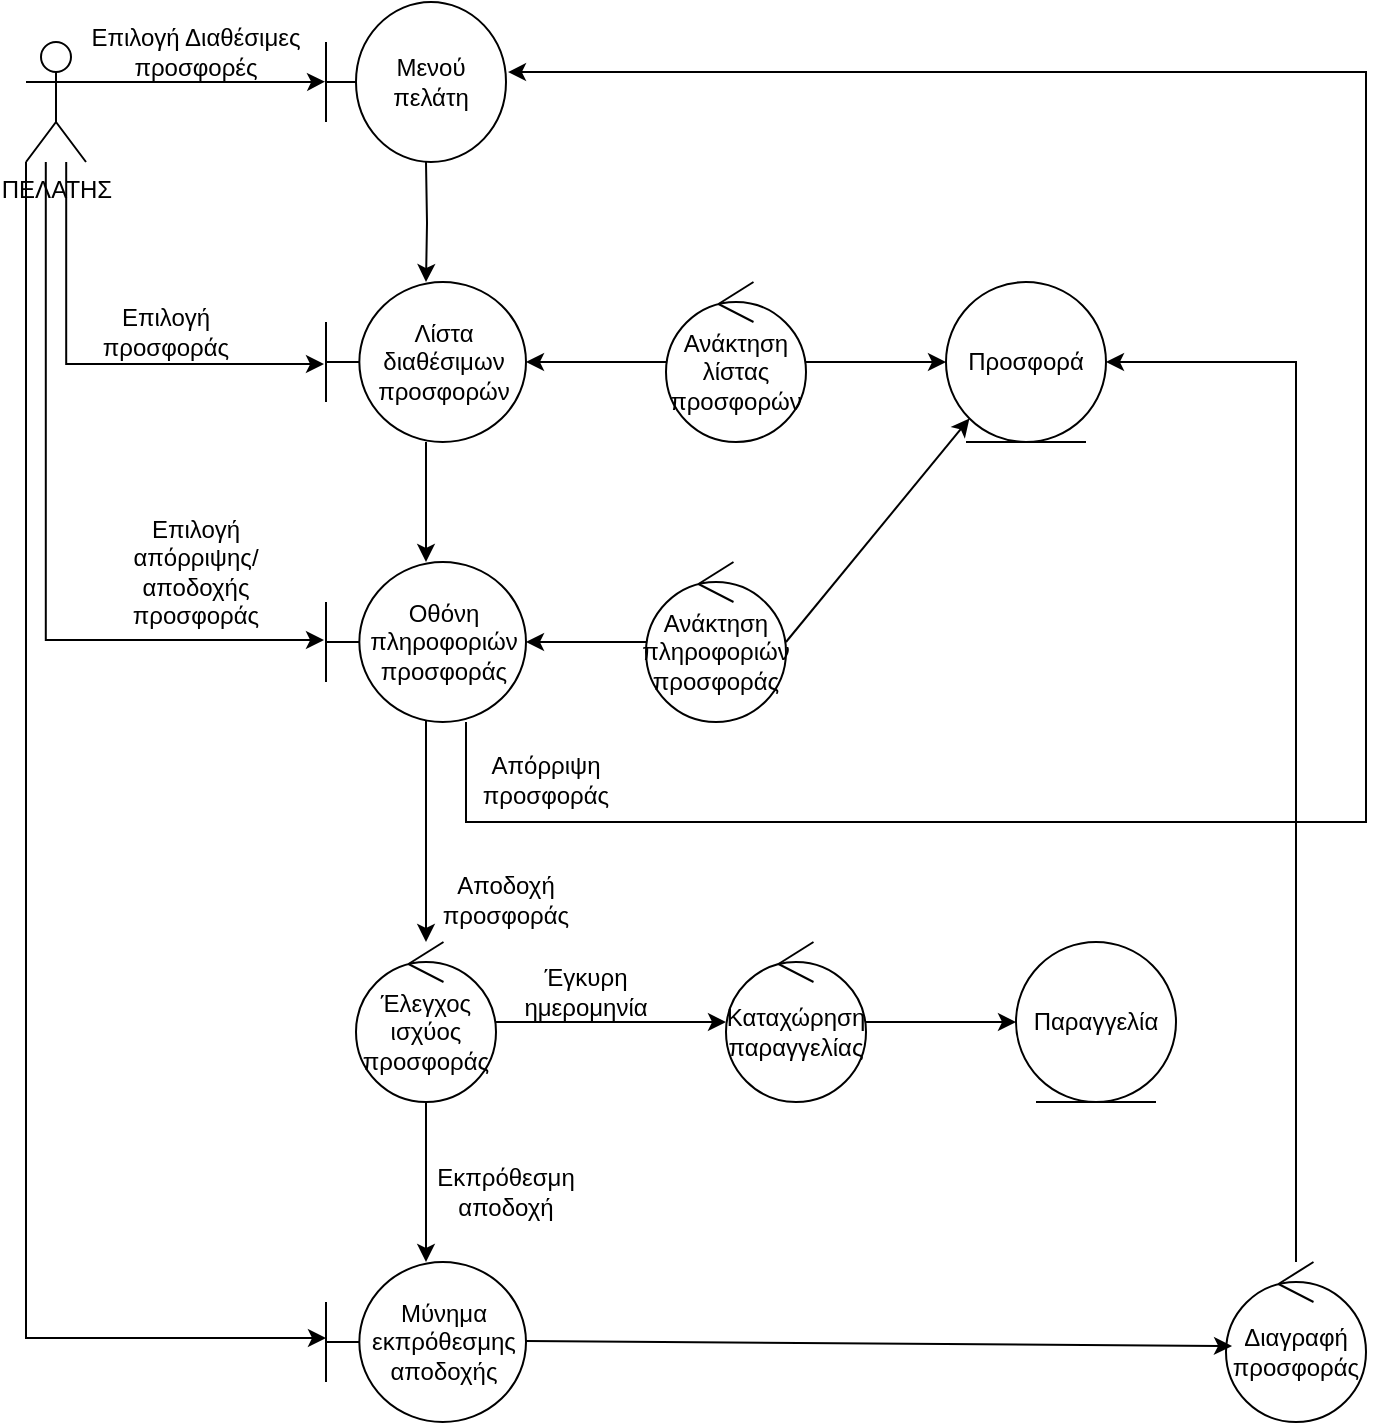
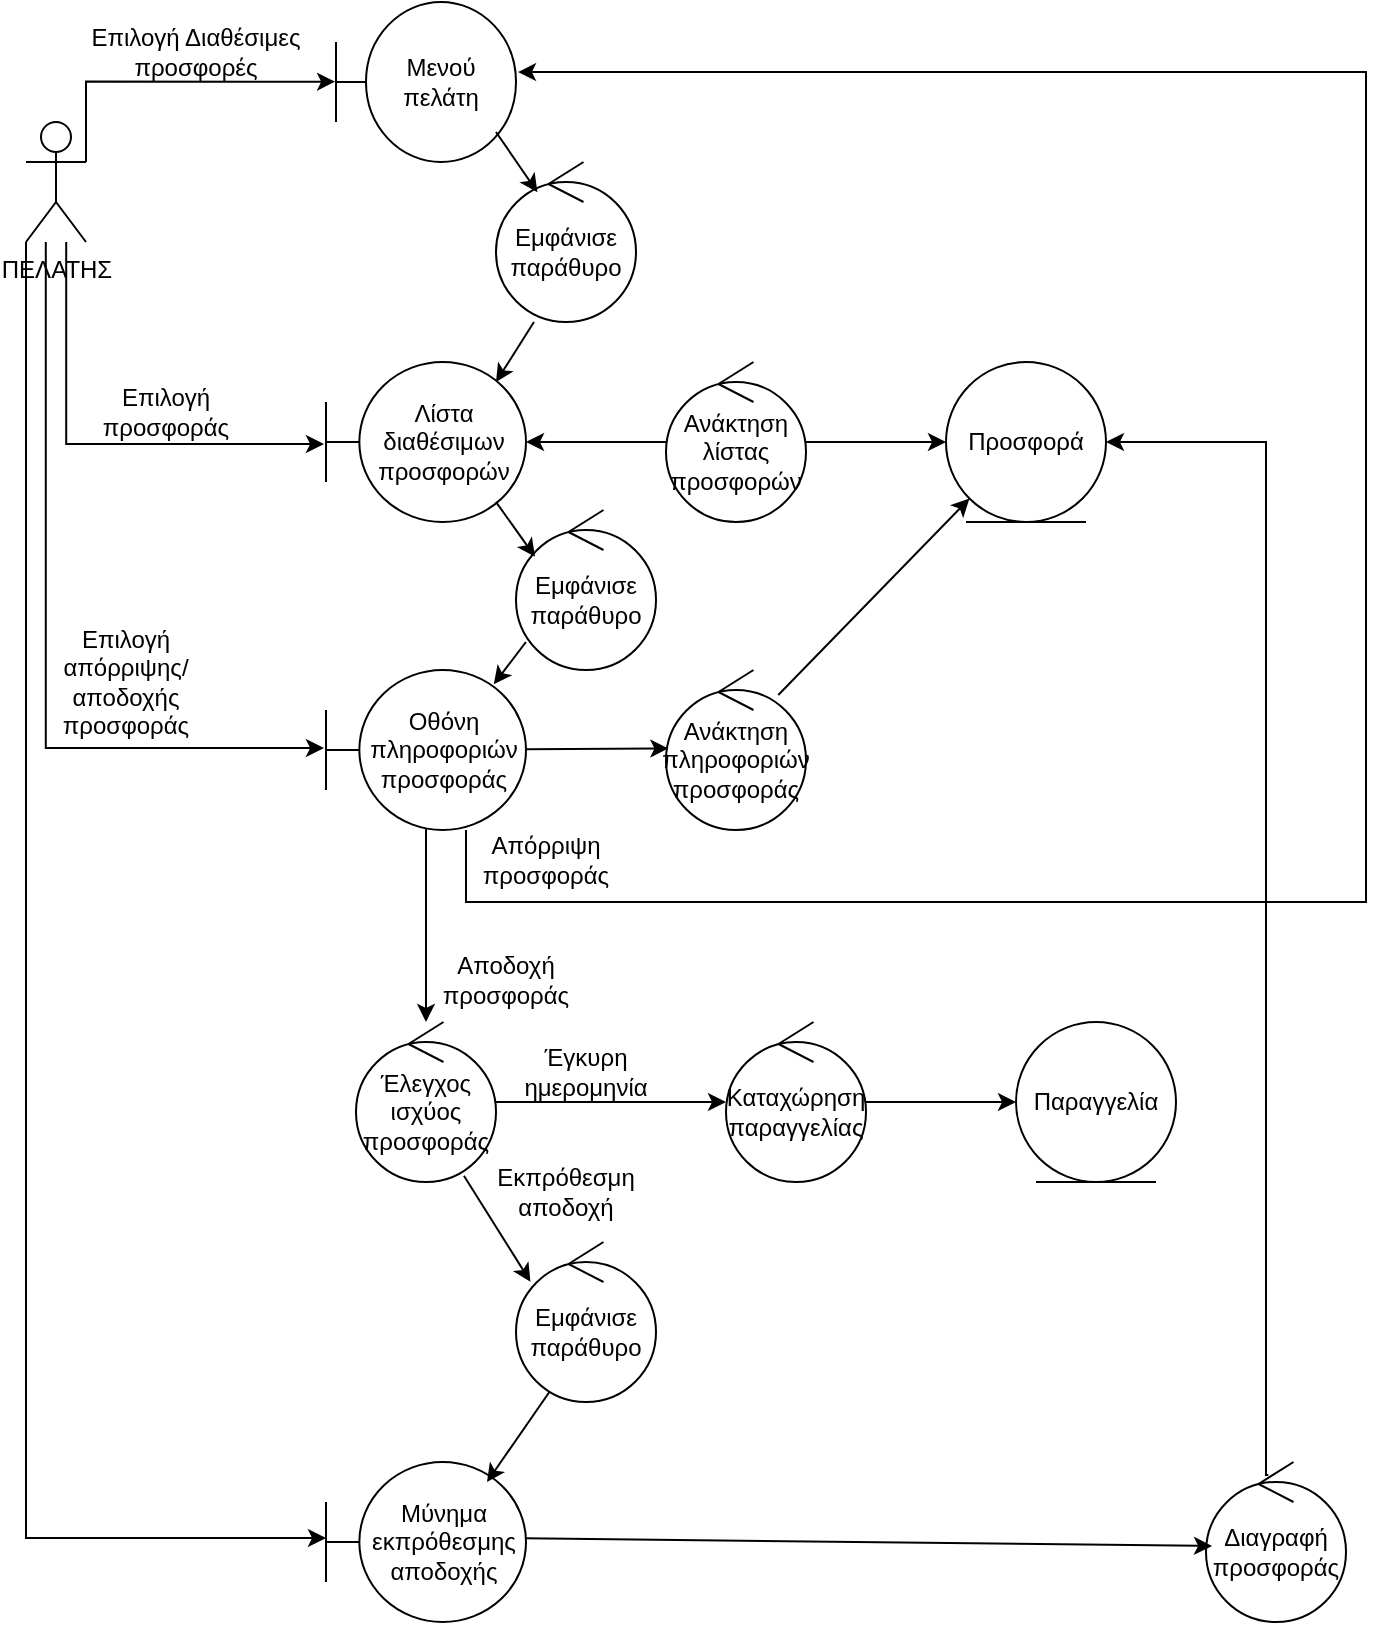
<mxfile host="Electron">
  <diagram name="Page-1" id="KaXBHMN9nKNjOLRxAqfw">
    <mxGraphModel dx="1414" dy="883" grid="1" gridSize="10" guides="1" tooltips="1" connect="1" arrows="1" fold="1" page="1" pageScale="1" pageWidth="1169" pageHeight="827" math="0" shadow="0">
      <root>
        <mxCell id="0" />
        <mxCell id="1" parent="0" />
        <mxCell id="C7lFtEQ3tHzBhNkcPl6a-1" parent="1" style="shape=umlActor;verticalLabelPosition=bottom;verticalAlign=top;html=1;outlineConnect=0;points=[[0,0.3333333333333333,0,0,0],[0,1,0,0,0],[0.25,0.1,0,0,0],[0.33,1,0,0,0],[0.5,0,0,0,0],[0.5,0.5,0,0,0],[0.67,1,0,0,0],[0.75,0.1,0,0,0],[1,0.25,0,0,0],[1,0.3333333333333333,0,0,0],[1,0.5,0,0,0],[1,0.75,0,0,0],[1,1,0,0,0]];" value="ΠΕΛΑΤΗΣ" vertex="1">
          <mxGeometry height="60" width="30" x="50" y="60" as="geometry" />
        </mxCell>
        <mxCell id="WimlP_M1-8_oz9CWzMH8-1" parent="1" style="shape=umlBoundary;whiteSpace=wrap;html=1;" value="Μενού πελάτη" vertex="1">
-           <mxGeometry height="80" width="90" x="200" y="40" as="geometry" />
+           <mxGeometry height="80" width="90" x="205" as="geometry" />
        </mxCell>
        <mxCell id="WimlP_M1-8_oz9CWzMH8-2" edge="1" parent="1" source="C7lFtEQ3tHzBhNkcPl6a-1" style="edgeStyle=orthogonalEdgeStyle;rounded=0;orthogonalLoop=1;jettySize=auto;html=1;exitX=1;exitY=0.3333333333333333;exitDx=0;exitDy=0;exitPerimeter=0;entryX=-0.005;entryY=0.498;entryDx=0;entryDy=0;entryPerimeter=0;" target="WimlP_M1-8_oz9CWzMH8-1">
          <mxGeometry relative="1" as="geometry">
            <Array as="points">
-               <mxPoint x="190" y="80" />
-               <mxPoint x="190" y="80" />
+               <mxPoint x="80" y="40" />
            </Array>
          </mxGeometry>
        </mxCell>
-         <mxCell id="2xPJlOj5t_SXnue6t3Ja-3" edge="1" parent="1" style="edgeStyle=orthogonalEdgeStyle;rounded=0;orthogonalLoop=1;jettySize=auto;html=1;" target="2xPJlOj5t_SXnue6t3Ja-2" value="">
-           <mxGeometry relative="1" as="geometry">
-             <mxPoint x="250" y="120" as="sourcePoint" />
-           </mxGeometry>
-         </mxCell>
        <mxCell id="WimlP_M1-8_oz9CWzMH8-9" parent="1" style="text;html=1;whiteSpace=wrap;strokeColor=none;fillColor=none;align=center;verticalAlign=middle;rounded=0;" value="Επιλογή Διαθέσιμες προσφορές" vertex="1">
-           <mxGeometry height="30" width="110" x="80" y="50" as="geometry" />
-         </mxCell>
-         <mxCell id="2xPJlOj5t_SXnue6t3Ja-12" edge="1" parent="1" source="2xPJlOj5t_SXnue6t3Ja-2" style="edgeStyle=orthogonalEdgeStyle;rounded=0;orthogonalLoop=1;jettySize=auto;html=1;" target="2xPJlOj5t_SXnue6t3Ja-11" value="">
-           <mxGeometry relative="1" as="geometry" />
+           <mxGeometry height="30" width="110" x="80" y="10" as="geometry" />
        </mxCell>
        <mxCell id="2xPJlOj5t_SXnue6t3Ja-2" parent="1" style="shape=umlBoundary;whiteSpace=wrap;html=1;" value="Λίστα διαθέσιμων προσφορών" vertex="1">
          <mxGeometry height="80" width="100" x="200" y="180" as="geometry" />
        </mxCell>
        <mxCell id="2xPJlOj5t_SXnue6t3Ja-5" parent="1" style="ellipse;shape=umlEntity;whiteSpace=wrap;html=1;" value="Προσφορά" vertex="1">
          <mxGeometry height="80" width="80" x="510" y="180" as="geometry" />
        </mxCell>
        <mxCell id="2xPJlOj5t_SXnue6t3Ja-7" edge="1" parent="1" source="2xPJlOj5t_SXnue6t3Ja-6" style="edgeStyle=orthogonalEdgeStyle;rounded=0;orthogonalLoop=1;jettySize=auto;html=1;" target="2xPJlOj5t_SXnue6t3Ja-5" value="">
          <mxGeometry relative="1" as="geometry" />
        </mxCell>
        <mxCell id="2xPJlOj5t_SXnue6t3Ja-8" edge="1" parent="1" source="2xPJlOj5t_SXnue6t3Ja-6" style="edgeStyle=orthogonalEdgeStyle;rounded=0;orthogonalLoop=1;jettySize=auto;html=1;" target="2xPJlOj5t_SXnue6t3Ja-2" value="">
          <mxGeometry relative="1" as="geometry" />
        </mxCell>
        <mxCell id="2xPJlOj5t_SXnue6t3Ja-6" parent="1" style="ellipse;shape=umlControl;whiteSpace=wrap;html=1;" value="Ανάκτηση λίστας προσφορών" vertex="1">
          <mxGeometry height="80" width="70" x="370" y="180" as="geometry" />
        </mxCell>
        <mxCell id="2xPJlOj5t_SXnue6t3Ja-9" edge="1" parent="1" source="C7lFtEQ3tHzBhNkcPl6a-1" style="edgeStyle=orthogonalEdgeStyle;rounded=0;orthogonalLoop=1;jettySize=auto;html=1;exitX=0.67;exitY=1;exitDx=0;exitDy=0;exitPerimeter=0;entryX=-0.01;entryY=0.513;entryDx=0;entryDy=0;entryPerimeter=0;" target="2xPJlOj5t_SXnue6t3Ja-2">
          <mxGeometry relative="1" as="geometry" />
        </mxCell>
        <mxCell id="IKpBRLDt8YzAEpCAvlKo-9" edge="1" parent="1" source="2xPJlOj5t_SXnue6t3Ja-11" style="edgeStyle=orthogonalEdgeStyle;rounded=0;orthogonalLoop=1;jettySize=auto;html=1;exitX=0.5;exitY=0.95;exitDx=0;exitDy=0;exitPerimeter=0;" target="IKpBRLDt8YzAEpCAvlKo-8" value="">
          <mxGeometry relative="1" as="geometry">
            <mxPoint x="250" y="460" as="sourcePoint" />
          </mxGeometry>
        </mxCell>
        <mxCell id="2xPJlOj5t_SXnue6t3Ja-11" parent="1" style="shape=umlBoundary;whiteSpace=wrap;html=1;" value="Οθόνη πληροφοριών προσφοράς" vertex="1">
-           <mxGeometry height="80" width="100" x="200" y="320" as="geometry" />
+           <mxGeometry height="80" width="100" x="200" y="334" as="geometry" />
        </mxCell>
        <mxCell id="2xPJlOj5t_SXnue6t3Ja-13" edge="1" parent="1" source="C7lFtEQ3tHzBhNkcPl6a-1" style="edgeStyle=orthogonalEdgeStyle;rounded=0;orthogonalLoop=1;jettySize=auto;html=1;exitX=0.33;exitY=1;exitDx=0;exitDy=0;exitPerimeter=0;entryX=-0.01;entryY=0.488;entryDx=0;entryDy=0;entryPerimeter=0;" target="2xPJlOj5t_SXnue6t3Ja-11">
          <mxGeometry relative="1" as="geometry" />
        </mxCell>
        <mxCell id="2xPJlOj5t_SXnue6t3Ja-14" parent="1" style="shape=umlBoundary;whiteSpace=wrap;html=1;" value="Μύνημα εκπρόθεσμης αποδοχής" vertex="1">
-           <mxGeometry height="80" width="100" x="200" y="670" as="geometry" />
+           <mxGeometry height="80" width="100" x="200" y="730" as="geometry" />
        </mxCell>
        <mxCell id="2xPJlOj5t_SXnue6t3Ja-16" parent="1" style="text;html=1;whiteSpace=wrap;strokeColor=none;fillColor=none;align=center;verticalAlign=middle;rounded=0;" value="Επιλογή απόρριψης/αποδοχής προσφοράς" vertex="1">
-           <mxGeometry height="30" width="60" x="105" y="310" as="geometry" />
+           <mxGeometry height="40" width="60" x="70" y="320" as="geometry" />
        </mxCell>
        <mxCell id="2xPJlOj5t_SXnue6t3Ja-17" edge="1" parent="1" source="C7lFtEQ3tHzBhNkcPl6a-1" style="edgeStyle=orthogonalEdgeStyle;rounded=0;orthogonalLoop=1;jettySize=auto;html=1;exitX=0;exitY=1;exitDx=0;exitDy=0;exitPerimeter=0;entryX=0;entryY=0.475;entryDx=0;entryDy=0;entryPerimeter=0;" target="2xPJlOj5t_SXnue6t3Ja-14">
          <mxGeometry relative="1" as="geometry" />
        </mxCell>
        <mxCell id="IKpBRLDt8YzAEpCAvlKo-1" parent="1" style="text;html=1;whiteSpace=wrap;strokeColor=none;fillColor=none;align=center;verticalAlign=middle;rounded=0;" value="Επιλογή προσφοράς" vertex="1">
          <mxGeometry height="30" width="60" x="90" y="190" as="geometry" />
        </mxCell>
-         <mxCell id="IKpBRLDt8YzAEpCAvlKo-6" edge="1" parent="1" source="IKpBRLDt8YzAEpCAvlKo-4" style="edgeStyle=orthogonalEdgeStyle;rounded=0;orthogonalLoop=1;jettySize=auto;html=1;" target="2xPJlOj5t_SXnue6t3Ja-11" value="">
-           <mxGeometry relative="1" as="geometry" />
+         <mxCell id="IKpBRLDt8YzAEpCAvlKo-4" parent="1" style="ellipse;shape=umlControl;whiteSpace=wrap;html=1;" value="Ανάκτηση πληροφοριών προσφοράς" vertex="1">
+           <mxGeometry height="80" width="70" x="370" y="334" as="geometry" />
        </mxCell>
-         <mxCell id="IKpBRLDt8YzAEpCAvlKo-4" parent="1" style="ellipse;shape=umlControl;whiteSpace=wrap;html=1;" value="Ανάκτηση πληροφοριών προσφοράς" vertex="1">
-           <mxGeometry height="80" width="70" x="360" y="320" as="geometry" />
-         </mxCell>
-         <mxCell id="IKpBRLDt8YzAEpCAvlKo-7" edge="1" parent="1" style="endArrow=classic;html=1;rounded=0;entryX=0;entryY=1;entryDx=0;entryDy=0;" target="2xPJlOj5t_SXnue6t3Ja-5" value="">
+         <mxCell id="IKpBRLDt8YzAEpCAvlKo-7" edge="1" parent="1" source="IKpBRLDt8YzAEpCAvlKo-4" style="endArrow=classic;html=1;rounded=0;entryX=0;entryY=1;entryDx=0;entryDy=0;exitX=0.802;exitY=0.156;exitDx=0;exitDy=0;exitPerimeter=0;" target="2xPJlOj5t_SXnue6t3Ja-5" value="">
          <mxGeometry height="50" relative="1" width="50" as="geometry">
            <mxPoint x="430" y="360" as="sourcePoint" />
            <mxPoint x="480" y="310" as="targetPoint" />
          </mxGeometry>
        </mxCell>
        <mxCell id="IKpBRLDt8YzAEpCAvlKo-11" edge="1" parent="1" source="IKpBRLDt8YzAEpCAvlKo-8" style="edgeStyle=orthogonalEdgeStyle;rounded=0;orthogonalLoop=1;jettySize=auto;html=1;" target="IKpBRLDt8YzAEpCAvlKo-10" value="">
-           <mxGeometry relative="1" as="geometry" />
-         </mxCell>
-         <mxCell id="IKpBRLDt8YzAEpCAvlKo-16" edge="1" parent="1" source="IKpBRLDt8YzAEpCAvlKo-8" style="edgeStyle=orthogonalEdgeStyle;rounded=0;orthogonalLoop=1;jettySize=auto;html=1;" target="2xPJlOj5t_SXnue6t3Ja-14" value="">
          <mxGeometry relative="1" as="geometry" />
        </mxCell>
        <mxCell id="IKpBRLDt8YzAEpCAvlKo-8" parent="1" style="ellipse;shape=umlControl;whiteSpace=wrap;html=1;" value="Έλεγχος ισχύος προσφοράς" vertex="1">
          <mxGeometry height="80" width="70" x="215" y="510" as="geometry" />
        </mxCell>
        <mxCell id="IKpBRLDt8YzAEpCAvlKo-14" edge="1" parent="1" source="IKpBRLDt8YzAEpCAvlKo-10" style="edgeStyle=orthogonalEdgeStyle;rounded=0;orthogonalLoop=1;jettySize=auto;html=1;" target="IKpBRLDt8YzAEpCAvlKo-13" value="">
          <mxGeometry relative="1" as="geometry" />
        </mxCell>
        <mxCell id="IKpBRLDt8YzAEpCAvlKo-10" parent="1" style="ellipse;shape=umlControl;whiteSpace=wrap;html=1;" value="Καταχώρηση παραγγελίας" vertex="1">
          <mxGeometry height="80" width="70" x="400" y="510" as="geometry" />
        </mxCell>
        <mxCell id="IKpBRLDt8YzAEpCAvlKo-12" parent="1" style="text;html=1;whiteSpace=wrap;strokeColor=none;fillColor=none;align=center;verticalAlign=middle;rounded=0;" value="Έγκυρη ημερομηνία" vertex="1">
          <mxGeometry height="30" width="60" x="300" y="520" as="geometry" />
        </mxCell>
        <mxCell id="IKpBRLDt8YzAEpCAvlKo-13" parent="1" style="ellipse;shape=umlEntity;whiteSpace=wrap;html=1;" value="Παραγγελία" vertex="1">
          <mxGeometry height="80" width="80" x="545" y="510" as="geometry" />
        </mxCell>
        <mxCell id="IKpBRLDt8YzAEpCAvlKo-18" parent="1" style="text;html=1;whiteSpace=wrap;strokeColor=none;fillColor=none;align=center;verticalAlign=middle;rounded=0;" value="Αποδοχή προσφοράς" vertex="1">
          <mxGeometry height="30" width="60" x="260" y="474" as="geometry" />
        </mxCell>
        <mxCell id="IKpBRLDt8YzAEpCAvlKo-19" parent="1" style="text;html=1;whiteSpace=wrap;strokeColor=none;fillColor=none;align=center;verticalAlign=middle;rounded=0;" value="Εκπρόθεσμη αποδοχή" vertex="1">
-           <mxGeometry height="30" width="60" x="260" y="620" as="geometry" />
+           <mxGeometry height="30" width="60" x="290" y="580" as="geometry" />
        </mxCell>
        <mxCell id="IKpBRLDt8YzAEpCAvlKo-20" parent="1" style="ellipse;shape=umlControl;whiteSpace=wrap;html=1;" value="Διαγραφή προσφοράς" vertex="1">
-           <mxGeometry height="80" width="70" x="650" y="670" as="geometry" />
+           <mxGeometry height="80" width="70" x="640" y="730" as="geometry" />
        </mxCell>
-         <mxCell id="IKpBRLDt8YzAEpCAvlKo-22" edge="1" parent="1" style="endArrow=classic;html=1;rounded=0;entryX=0.043;entryY=0.525;entryDx=0;entryDy=0;entryPerimeter=0;" target="IKpBRLDt8YzAEpCAvlKo-20" value="">
+         <mxCell id="IKpBRLDt8YzAEpCAvlKo-22" edge="1" parent="1" source="2xPJlOj5t_SXnue6t3Ja-14" style="endArrow=classic;html=1;rounded=0;entryX=0.043;entryY=0.525;entryDx=0;entryDy=0;entryPerimeter=0;exitX=0.995;exitY=0.477;exitDx=0;exitDy=0;exitPerimeter=0;" target="IKpBRLDt8YzAEpCAvlKo-20" value="">
          <mxGeometry height="50" relative="1" width="50" as="geometry">
            <mxPoint x="300" y="709.5" as="sourcePoint" />
            <mxPoint x="400" y="709.5" as="targetPoint" />
          </mxGeometry>
        </mxCell>
-         <mxCell id="IKpBRLDt8YzAEpCAvlKo-23" edge="1" parent="1" source="IKpBRLDt8YzAEpCAvlKo-20" style="endArrow=classic;html=1;rounded=0;edgeStyle=orthogonalEdgeStyle;entryX=1;entryY=0.5;entryDx=0;entryDy=0;" target="2xPJlOj5t_SXnue6t3Ja-5" value="">
+         <mxCell id="IKpBRLDt8YzAEpCAvlKo-23" edge="1" parent="1" source="IKpBRLDt8YzAEpCAvlKo-20" style="endArrow=classic;html=1;rounded=0;edgeStyle=orthogonalEdgeStyle;entryX=1;entryY=0.5;entryDx=0;entryDy=0;exitX=0.445;exitY=0.081;exitDx=0;exitDy=0;exitPerimeter=0;" target="2xPJlOj5t_SXnue6t3Ja-5" value="">
          <mxGeometry height="50" relative="1" width="50" as="geometry">
            <Array as="points">
-               <mxPoint x="685" y="220" />
+               <mxPoint x="670" y="737" />
+               <mxPoint x="670" y="220" />
            </Array>
            <mxPoint x="684.5" y="610" as="sourcePoint" />
            <mxPoint x="684.5" y="530" as="targetPoint" />
          </mxGeometry>
        </mxCell>
        <mxCell id="IKpBRLDt8YzAEpCAvlKo-25" edge="1" parent="1" source="2xPJlOj5t_SXnue6t3Ja-11" style="endArrow=classic;html=1;rounded=0;edgeStyle=orthogonalEdgeStyle;exitX=0.7;exitY=1;exitDx=0;exitDy=0;exitPerimeter=0;entryX=1.011;entryY=0.438;entryDx=0;entryDy=0;entryPerimeter=0;" target="WimlP_M1-8_oz9CWzMH8-1" value="">
          <mxGeometry height="50" relative="1" width="50" as="geometry">
            <Array as="points">
              <mxPoint x="270" y="450" />
              <mxPoint x="720" y="450" />
-               <mxPoint x="720" y="75" />
+               <mxPoint x="720" y="35" />
            </Array>
            <mxPoint x="285" y="430" as="sourcePoint" />
            <mxPoint x="720" y="50" as="targetPoint" />
          </mxGeometry>
        </mxCell>
        <mxCell id="IKpBRLDt8YzAEpCAvlKo-26" parent="1" style="text;html=1;whiteSpace=wrap;strokeColor=none;fillColor=none;align=center;verticalAlign=middle;rounded=0;" value="Απόρριψη προσφοράς" vertex="1">
          <mxGeometry height="30" width="60" x="280" y="414" as="geometry" />
        </mxCell>
+         <mxCell id="k6SsQDsfaBcX5glAO0n3-1" parent="1" style="ellipse;shape=umlControl;whiteSpace=wrap;html=1;" value="Εμφάνισε παράθυρο" vertex="1">
+           <mxGeometry height="80" width="70" x="285" y="80" as="geometry" />
+         </mxCell>
+         <mxCell id="k6SsQDsfaBcX5glAO0n3-2" edge="1" parent="1" style="endArrow=classic;html=1;rounded=0;entryX=0.296;entryY=0.189;entryDx=0;entryDy=0;entryPerimeter=0;" target="k6SsQDsfaBcX5glAO0n3-1" value="">
+           <mxGeometry height="50" relative="1" width="50" as="geometry">
+             <mxPoint x="285" y="65" as="sourcePoint" />
+             <mxPoint x="300" y="80" as="targetPoint" />
+           </mxGeometry>
+         </mxCell>
+         <mxCell id="k6SsQDsfaBcX5glAO0n3-3" edge="1" parent="1" source="k6SsQDsfaBcX5glAO0n3-1" style="endArrow=classic;html=1;rounded=0;entryX=0.296;entryY=0.189;entryDx=0;entryDy=0;entryPerimeter=0;exitX=0.271;exitY=1;exitDx=0;exitDy=0;exitPerimeter=0;" value="">
+           <mxGeometry height="50" relative="1" width="50" as="geometry">
+             <mxPoint x="304" y="180" as="sourcePoint" />
+             <mxPoint x="285" y="190" as="targetPoint" />
+           </mxGeometry>
+         </mxCell>
+         <mxCell id="k6SsQDsfaBcX5glAO0n3-4" parent="1" style="ellipse;shape=umlControl;whiteSpace=wrap;html=1;" value="Εμφάνισε παράθυρο" vertex="1">
+           <mxGeometry height="80" width="70" x="295" y="620" as="geometry" />
+         </mxCell>
+         <mxCell id="k6SsQDsfaBcX5glAO0n3-5" edge="1" parent="1" source="IKpBRLDt8YzAEpCAvlKo-8" style="endArrow=classic;html=1;rounded=0;entryX=0.103;entryY=0.248;entryDx=0;entryDy=0;entryPerimeter=0;exitX=0.771;exitY=0.961;exitDx=0;exitDy=0;exitPerimeter=0;" target="k6SsQDsfaBcX5glAO0n3-4" value="">
+           <mxGeometry height="50" relative="1" width="50" as="geometry">
+             <mxPoint x="269" y="600" as="sourcePoint" />
+             <mxPoint x="290" y="630" as="targetPoint" />
+           </mxGeometry>
+         </mxCell>
+         <mxCell id="k6SsQDsfaBcX5glAO0n3-6" edge="1" parent="1" source="k6SsQDsfaBcX5glAO0n3-4" style="endArrow=classic;html=1;rounded=0;entryX=0.805;entryY=0.125;entryDx=0;entryDy=0;entryPerimeter=0;exitX=0.237;exitY=0.939;exitDx=0;exitDy=0;exitPerimeter=0;" target="2xPJlOj5t_SXnue6t3Ja-14" value="">
+           <mxGeometry height="50" relative="1" width="50" as="geometry">
+             <mxPoint x="299.5" y="700" as="sourcePoint" />
+             <mxPoint x="280.5" y="730" as="targetPoint" />
+           </mxGeometry>
+         </mxCell>
+         <mxCell id="k6SsQDsfaBcX5glAO0n3-7" parent="1" style="ellipse;shape=umlControl;whiteSpace=wrap;html=1;" value="Εμφάνισε παράθυρο" vertex="1">
+           <mxGeometry height="80" width="70" x="295" y="254" as="geometry" />
+         </mxCell>
+         <mxCell id="k6SsQDsfaBcX5glAO0n3-8" edge="1" parent="1" style="endArrow=classic;html=1;rounded=0;entryX=0.136;entryY=0.292;entryDx=0;entryDy=0;entryPerimeter=0;" target="k6SsQDsfaBcX5glAO0n3-7" value="">
+           <mxGeometry height="50" relative="1" width="50" as="geometry">
+             <mxPoint x="285" y="250" as="sourcePoint" />
+             <mxPoint x="306" y="280" as="targetPoint" />
+           </mxGeometry>
+         </mxCell>
+         <mxCell id="k6SsQDsfaBcX5glAO0n3-9" edge="1" parent="1" source="k6SsQDsfaBcX5glAO0n3-7" style="endArrow=classic;html=1;rounded=0;entryX=0.839;entryY=0.089;entryDx=0;entryDy=0;entryPerimeter=0;exitX=0.071;exitY=0.825;exitDx=0;exitDy=0;exitPerimeter=0;" target="2xPJlOj5t_SXnue6t3Ja-11" value="">
+           <mxGeometry height="50" relative="1" width="50" as="geometry">
+             <mxPoint x="295" y="317" as="sourcePoint" />
+             <mxPoint x="275" y="334" as="targetPoint" />
+           </mxGeometry>
+         </mxCell>
+         <mxCell id="k6SsQDsfaBcX5glAO0n3-10" edge="1" parent="1" style="endArrow=classic;html=1;rounded=0;entryX=0.017;entryY=0.49;entryDx=0;entryDy=0;entryPerimeter=0;" target="IKpBRLDt8YzAEpCAvlKo-4" value="">
+           <mxGeometry height="50" relative="1" width="50" as="geometry">
+             <mxPoint x="300" y="373.58" as="sourcePoint" />
+             <mxPoint x="340" y="373.58" as="targetPoint" />
+           </mxGeometry>
+         </mxCell>
      </root>
    </mxGraphModel>
  </diagram>
</mxfile>
